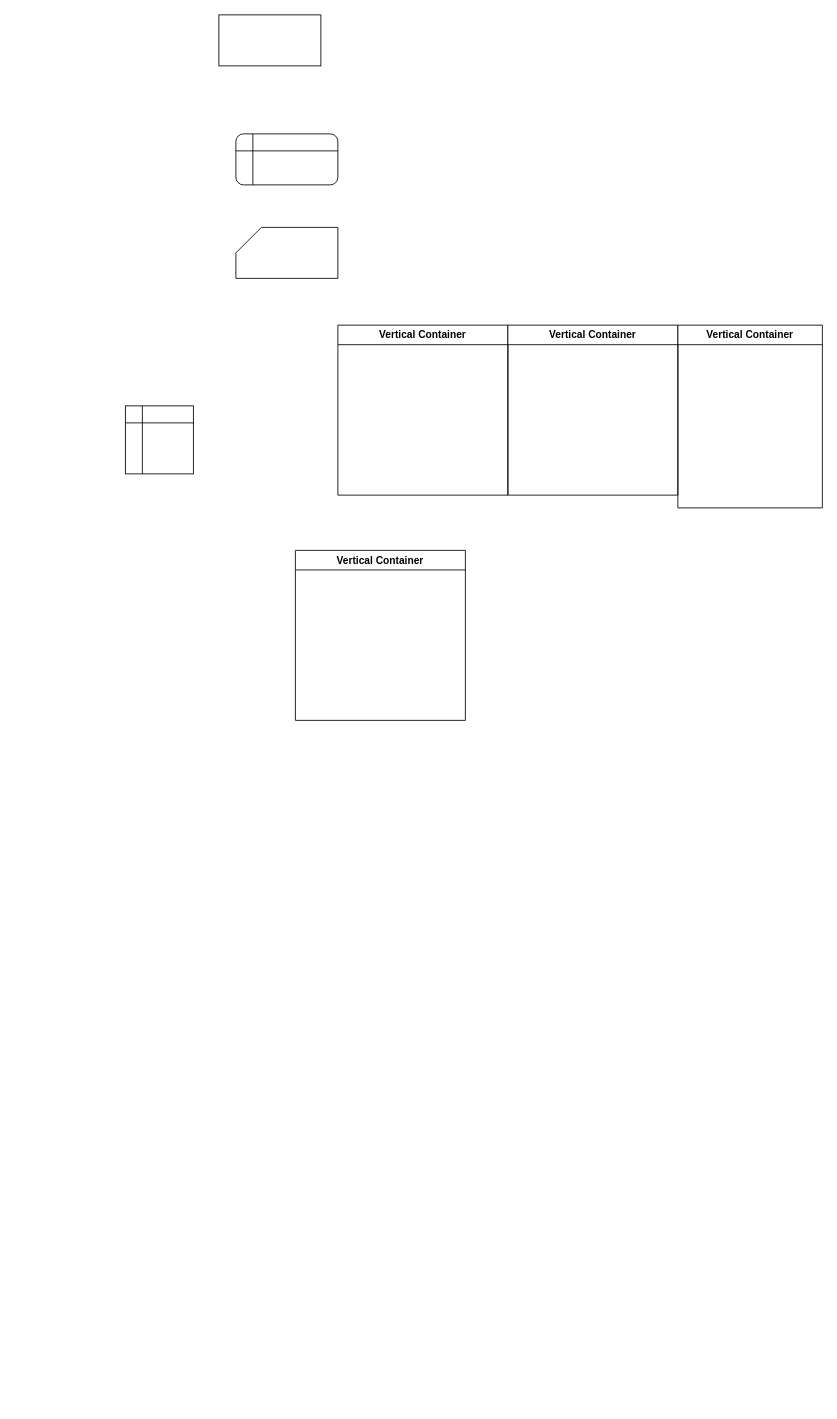
Earlier version of the draw.io diagram 未命名绘图.drawio (sleepyddl/drawio_data). Source tidied: cells renumbered, new cells numbered last; positions are measured from the earlier drawing's top-left corner, leaving out a move shared by most shapes. Both pictures are drawn from the tidied source at 85%, with x=0, y=0 at pixel (125, 14).
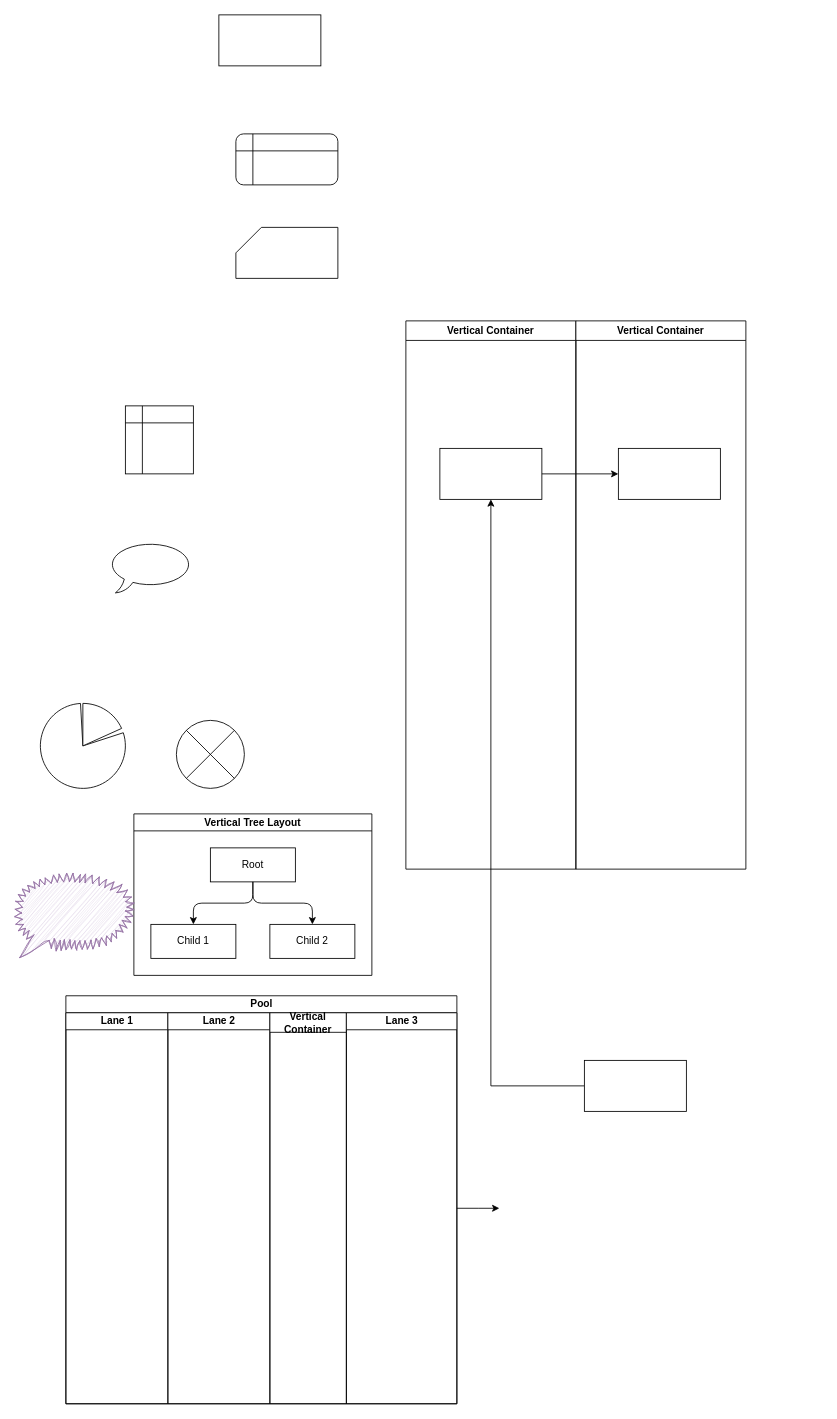
The same diagram, later.

Commit message:
更新未命名绘图.drawio

What changed in the source:
```diff
@@
+    <mxCell id="10" value="Vertical Container" style="swimlane;whiteSpace=wrap;html=1;" parent="1" vertex="1">
+      <mxGeometry x="330" y="360" width="200" height="645" as="geometry" />
+    </mxCell>
+    <mxCell id="11" style="rounded=0;whiteSpace=wrap;html=1;" parent="10" vertex="1">
+      <mxGeometry x="40" y="150" width="120" height="60" as="geometry" />
+    </mxCell>
+    <mxCell id="12" value="Vertical Container" style="swimlane;whiteSpace=wrap;html=1;" parent="1" vertex="1">
+      <mxGeometry x="530" y="360" width="200" height="645" as="geometry" />
+    </mxCell>
+    <mxCell id="13" style="rounded=0;whiteSpace=wrap;html=1;" parent="12" vertex="1">
+      <mxGeometry x="50" y="150" width="120" height="60" as="geometry" />
+    </mxCell>
+    <mxCell id="14" style="edgeStyle=orthogonalEdgeStyle;rounded=0;jettySize=auto;html=1;" parent="1" edge="1" source="24" target="11">
+      <mxGeometry relative="1" as="geometry" />
+    </mxCell>
+    <mxCell id="15" style="edgeStyle=orthogonalEdgeStyle;rounded=0;jettySize=auto;html=1;" parent="1" edge="1" source="11" target="13">
+      <mxGeometry relative="1" as="geometry" />
+    </mxCell>
+    <mxCell id="16" style="whiteSpace=wrap;html=1;shape=mxgraph.basic.oval_callout;" parent="1" vertex="1">
+      <mxGeometry x="-20" y="620" width="100" height="60" as="geometry" />
+    </mxCell>
+    <mxCell id="17" style="verticalLabelPosition=bottom;verticalAlign=top;html=1;shape=mxgraph.basic.pie;startAngle=0.2;endAngle=0.9910681000229217;" parent="1" vertex="1">
+      <mxGeometry x="-100" y="810" width="100" height="100" as="geometry" />
+    </mxCell>
+    <mxCell id="18" style="verticalLabelPosition=bottom;verticalAlign=top;html=1;shape=mxgraph.basic.pie;startAngle=0.25;endAngle=0.4326075254097839;direction=south;rotation=-180;" parent="1" vertex="1">
+      <mxGeometry x="-100" y="810" width="100" height="100" as="geometry" />
+    </mxCell>
+    <mxCell id="19" value="Pool" style="swimlane;startSize=20;html=1;" parent="1" vertex="1">
+      <mxGeometry x="-70" y="1154" width="460" height="480" as="geometry" />
+    </mxCell>
+    <mxCell id="20" value="Lane 1" style="swimlane;startSize=20;html=1;" parent="19" vertex="1">
+      <mxGeometry y="20" width="120" height="460" as="geometry" />
+    </mxCell>
+    <mxCell id="21" value="Lane 2" style="swimlane;startSize=20;html=1;" parent="19" vertex="1">
+      <mxGeometry x="120" y="20" width="120" height="460" as="geometry" />
+    </mxCell>
-    <mxCell id="6" value="Vertical Container" style="swimlane;whiteSpace=wrap;html=1;" parent="1" vertex="1">
-      <mxGeometry x="250" y="365" width="200" height="200" as="geometry" />
+    <mxCell id="6" value="Vertical Container" style="swimlane;whiteSpace=wrap;html=1;" parent="19" vertex="1">
+      <mxGeometry x="240" y="20" width="90" height="460" as="geometry" />
     </mxCell>
-    <mxCell id="7" value="Vertical Container" style="swimlane;whiteSpace=wrap;html=1;" parent="1" vertex="1">
-      <mxGeometry x="450" y="365" width="200" height="200" as="geometry" />
-    </mxCell>
-    <mxCell id="8" value="Vertical Container" style="swimlane;whiteSpace=wrap;html=1;" parent="1" vertex="1">
-      <mxGeometry x="650" y="365" width="170" height="215" as="geometry" />
-    </mxCell>
-    <mxCell id="9" value="Vertical Container" style="swimlane;whiteSpace=wrap;html=1;" parent="1" vertex="1">
-      <mxGeometry x="200" y="630" width="200" height="200" as="geometry" />
-    </mxCell>
+    <mxCell id="22" style="edgeStyle=orthogonalEdgeStyle;rounded=0;jettySize=auto;html=1;" parent="19" edge="1" source="23">
+      <mxGeometry relative="1" as="geometry">
+        <mxPoint x="510" y="250" as="targetPoint" />
+      </mxGeometry>
+    </mxCell>
+    <mxCell id="23" value="Lane 3" style="swimlane;startSize=20;html=1;" parent="19" vertex="1">
+      <mxGeometry x="330" y="20" width="130" height="460" as="geometry" />
+    </mxCell>
+    <mxCell id="24" style="rounded=0;whiteSpace=wrap;html=1;" parent="1" vertex="1">
+      <mxGeometry x="540" y="1230" width="120" height="60" as="geometry" />
+    </mxCell>
+    <mxCell id="25" value="Vertical Tree Layout" style="swimlane;startSize=20;horizontal=1;horizontalTree=0;sortEdges=1;containerType=tree;fontSize=12;" parent="1" vertex="1">
+      <mxGeometry x="10" y="940" width="280" height="190" as="geometry" />
+    </mxCell>
+    <mxCell id="26" value="Root" style="whiteSpace=wrap;html=1;" parent="25" vertex="1">
+      <mxGeometry x="90" y="40" width="100" height="40" as="geometry" />
+    </mxCell>
+    <mxCell id="27" value="Child 1" style="whiteSpace=wrap;html=1;" parent="25" vertex="1">
+      <mxGeometry x="20" y="130" width="100" height="40" as="geometry" />
+    </mxCell>
+    <mxCell id="28" style="edgeStyle=elbowEdgeStyle;elbow=vertical;html=1;rounded=1;curved=0;sourcePerimeterSpacing=0;targetPerimeterSpacing=0;startSize=6;endSize=6;" parent="25" edge="1" source="26" target="27">
+      <mxGeometry relative="1" as="geometry" />
+    </mxCell>
+    <mxCell id="29" value="Child 2" style="whiteSpace=wrap;html=1;" parent="25" vertex="1">
+      <mxGeometry x="160" y="130" width="100" height="40" as="geometry" />
+    </mxCell>
+    <mxCell id="30" style="edgeStyle=elbowEdgeStyle;elbow=vertical;html=1;rounded=1;curved=0;sourcePerimeterSpacing=0;targetPerimeterSpacing=0;startSize=6;endSize=6;" parent="25" edge="1" source="26" target="29">
+      <mxGeometry relative="1" as="geometry" />
+    </mxCell>
+    <mxCell id="31" style="shape=sumEllipse;perimeter=ellipsePerimeter;whiteSpace=wrap;html=1;backgroundOutline=1;" parent="1" vertex="1">
+      <mxGeometry x="60" y="830" width="80" height="80" as="geometry" />
+    </mxCell>
+    <mxCell id="32" style="whiteSpace=wrap;html=1;shape=mxgraph.basic.loud_callout;sketch=1;curveFitting=1;jiggle=2;fillColor=#e1d5e7;strokeColor=#9673a6;" parent="1" vertex="1">
+      <mxGeometry x="-130" y="1010" width="140" height="99" as="geometry" />
+    </mxCell>
```
